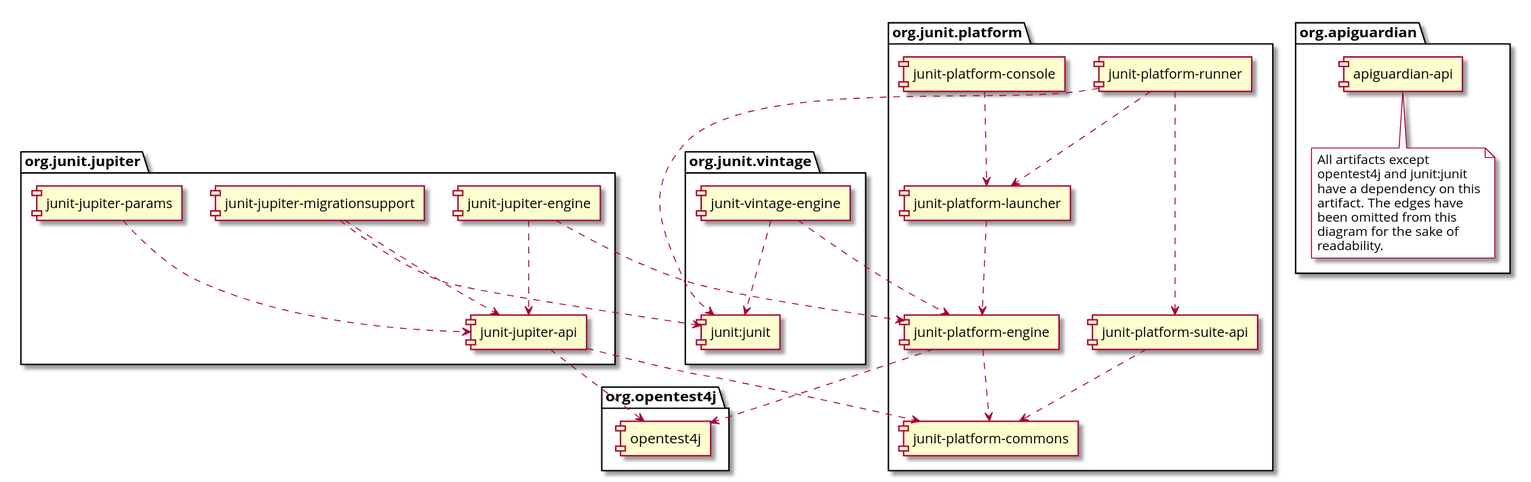
Before: docs/snapshot/user-guide/images/component-diagram.svg, a diagram exported from PlantUML (junit-team/junit5). The source it was exported from:
```plantuml
@startuml
skinparam {
    defaultFontName Open Sans
}

package org.junit.jupiter {
    [junit-jupiter-api] as jupiter_api
    [junit-jupiter-engine] as jupiter_engine
    [junit-jupiter-params] as jupiter_params
    [junit-jupiter-migrationsupport] as jupiter_migration_support
}

package org.junit.vintage {
    [junit-vintage-engine] as vintage_engine
    [junit:junit] as junit4
}

package org.junit.platform {
    [junit-platform-commons] as commons
    [junit-platform-console] as console
    [junit-platform-engine] as engine
    [junit-platform-launcher] as launcher
    [junit-platform-runner] as runner
    [junit-platform-suite-api] as suite_api
}

package org.opentest4j {
    [opentest4j]
}

package org.apiguardian {
    [apiguardian-api] as apiguardian
    note bottom of apiguardian #white
        All artifacts except
        opentest4j and junit:junit
        have a dependency on this
        artifact. The edges have
        been omitted from this
        diagram for the sake of
        readability.
    endnote
}

jupiter_api ..> opentest4j
jupiter_api ..> commons

jupiter_engine ..> engine
jupiter_engine ..> jupiter_api

jupiter_params ..> jupiter_api
jupiter_migration_support ..> jupiter_api
jupiter_migration_support ..> junit4

console ..> launcher

launcher ..> engine

engine ..> opentest4j
engine ..> commons

runner ..> launcher
runner ..> suite_api
runner ..> junit4

suite_api ..> commons

vintage_engine ..> engine
vintage_engine ..> junit4
@enduml
```
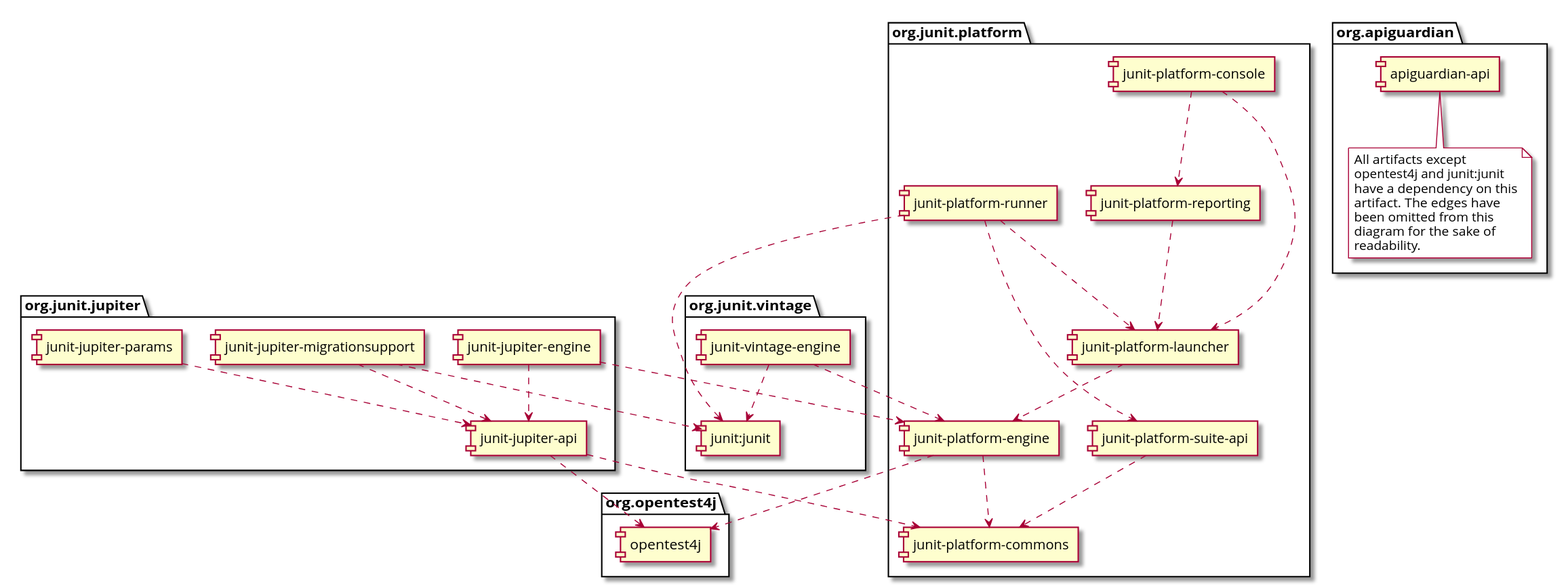
The same file after the commit.

Change to the diagram source:
```diff
@@ -20,6 +20,7 @@
     [junit-platform-console] as console
     [junit-platform-engine] as engine
     [junit-platform-launcher] as launcher
+    [junit-platform-reporting] as reporting
     [junit-platform-runner] as runner
     [junit-platform-suite-api] as suite_api
 }
@@ -52,11 +53,14 @@
 jupiter_migration_support ..> junit4
 
 console ..> launcher
+console ..> reporting
 
 launcher ..> engine
 
 engine ..> opentest4j
 engine ..> commons
+
+reporting ..> launcher
 
 runner ..> launcher
 runner ..> suite_api
```
